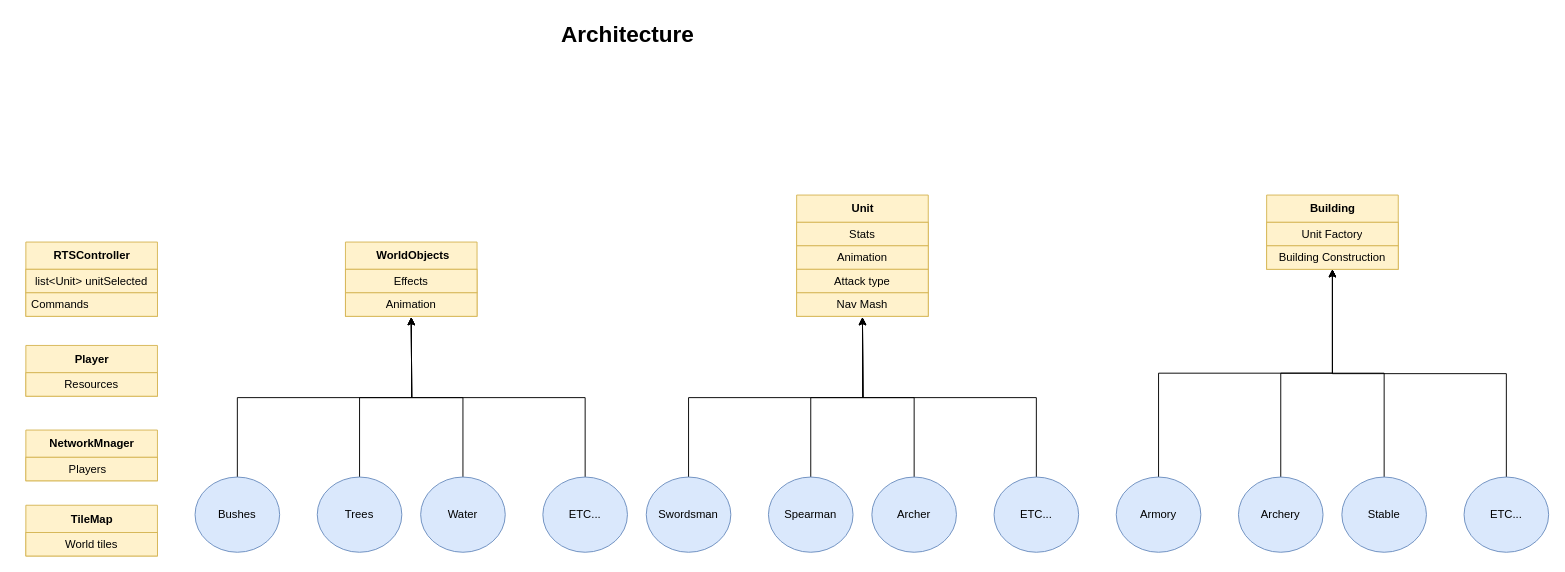
Before: דוחות/דיאגרמות/Architecture Diagram.drawio in eliacharfe/Assemble-Z-Army, a draw.io diagram. Source tidied: cells renumbered, new cells numbered last; positions are measured from the earlier drawing's top-left corner, leaving out a move shared by most shapes. Both pictures are drawn from the tidied source at 94%, with x=0, y=0 at pixel (25, 16).
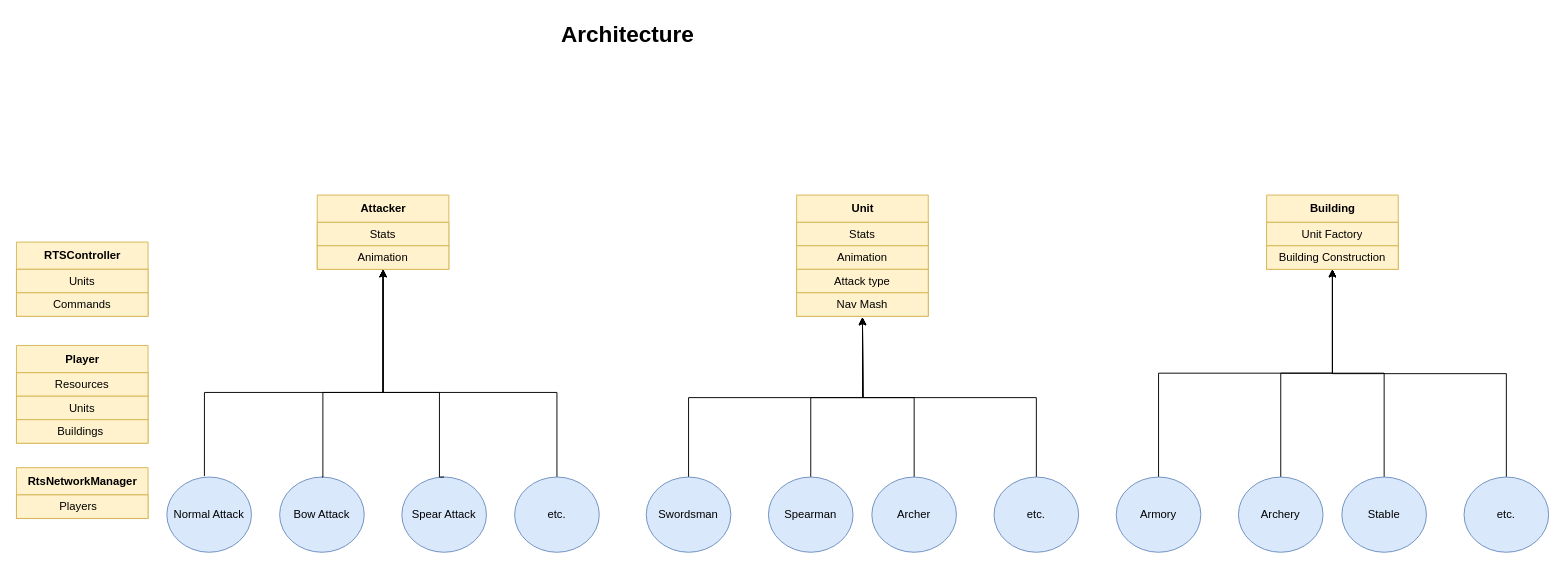
The same page after the edit.

Diff of the diagram source:
```diff
@@
-    <mxCell id="9" value="ETC..." style="ellipse;whiteSpace=wrap;html=1;fillColor=#dae8fc;strokeColor=#6c8ebf;" parent="1" vertex="1">
+    <mxCell id="9" value="etc." style="ellipse;whiteSpace=wrap;html=1;fillColor=#dae8fc;strokeColor=#6c8ebf;" parent="1" vertex="1">
       <mxGeometry x="1030" y="490" width="90" height="80" as="geometry" />
     </mxCell>
@@
-    <mxCell id="17" value="ETC..." style="ellipse;whiteSpace=wrap;html=1;fillColor=#dae8fc;strokeColor=#6c8ebf;" parent="1" vertex="1">
+    <mxCell id="17" value="etc." style="ellipse;whiteSpace=wrap;html=1;fillColor=#dae8fc;strokeColor=#6c8ebf;" parent="1" vertex="1">
       <mxGeometry x="1530" y="490" width="90" height="80" as="geometry" />
     </mxCell>
@@
     <mxCell id="27" value="RTSController" style="swimlane;fontStyle=1;align=center;verticalAlign=middle;horizontal=1;startSize=29;html=1;fillColor=#fff2cc;strokeColor=#d6b656;" parent="1" vertex="1">
-      <mxGeometry y="240" width="140" height="79" as="geometry" />
+      <mxGeometry x="-10" y="240" width="140" height="79" as="geometry" />
     </mxCell>
-    <mxCell id="28" value="list&amp;lt;Unit&amp;gt; unitSelected" style="text;html=1;strokeColor=#d6b656;fillColor=#fff2cc;align=center;verticalAlign=middle;spacingLeft=4;spacingRight=4;overflow=hidden;" parent="27" vertex="1">
+    <mxCell id="28" value="Units" style="text;html=1;strokeColor=#d6b656;fillColor=#fff2cc;align=center;verticalAlign=middle;spacingLeft=4;spacingRight=4;overflow=hidden;" parent="27" vertex="1">
       <mxGeometry y="29" width="140" height="25" as="geometry" />
     </mxCell>
-    <mxCell id="29" value="Commands" style="text;html=1;strokeColor=#d6b656;fillColor=#fff2cc;align=left;verticalAlign=middle;spacingLeft=4;spacingRight=4;overflow=hidden;" parent="27" vertex="1">
+    <mxCell id="29" value="Commands" style="text;html=1;strokeColor=#d6b656;fillColor=#fff2cc;align=center;verticalAlign=middle;spacingLeft=4;spacingRight=4;overflow=hidden;" parent="27" vertex="1">
       <mxGeometry y="54" width="140" height="25" as="geometry" />
     </mxCell>
     <mxCell id="30" value="Player" style="swimlane;fontStyle=1;align=center;verticalAlign=middle;horizontal=1;startSize=29;html=1;fillColor=#fff2cc;strokeColor=#d6b656;" parent="1" vertex="1">
-      <mxGeometry y="350" width="140" height="54" as="geometry" />
+      <mxGeometry x="-10" y="350" width="140" height="104" as="geometry" />
     </mxCell>
@@
-    <mxCell id="32" style="edgeStyle=orthogonalEdgeStyle;rounded=0;jettySize=auto;html=1;exitX=0.5;exitY=0;exitDx=0;exitDy=0;" parent="1" edge="1" source="33">
-      <mxGeometry relative="1" as="geometry">
-        <mxPoint x="410" y="320" as="targetPoint" />
-      </mxGeometry>
-    </mxCell>
-    <mxCell id="33" value="Water" style="ellipse;whiteSpace=wrap;html=1;fillColor=#dae8fc;strokeColor=#6c8ebf;" parent="1" vertex="1">
-      <mxGeometry x="420" y="490" width="90" height="80" as="geometry" />
-    </mxCell>
-    <mxCell id="34" style="edgeStyle=orthogonalEdgeStyle;rounded=0;jettySize=auto;html=1;exitX=0.5;exitY=0;exitDx=0;exitDy=0;entryX=0.5;entryY=1;entryDx=0;entryDy=0;" parent="1" edge="1" source="35">
-      <mxGeometry relative="1" as="geometry">
-        <mxPoint x="410" y="320" as="targetPoint" />
-      </mxGeometry>
-    </mxCell>
-    <mxCell id="35" value="Bushes" style="ellipse;whiteSpace=wrap;html=1;fillColor=#dae8fc;strokeColor=#6c8ebf;" parent="1" vertex="1">
-      <mxGeometry x="180" y="490" width="90" height="80" as="geometry" />
-    </mxCell>
-    <mxCell id="36" style="edgeStyle=orthogonalEdgeStyle;rounded=0;jettySize=auto;html=1;exitX=0.5;exitY=0;exitDx=0;exitDy=0;" parent="1" edge="1" source="37">
-      <mxGeometry relative="1" as="geometry">
-        <mxPoint x="410" y="320" as="targetPoint" />
-      </mxGeometry>
-    </mxCell>
-    <mxCell id="37" value="Trees" style="ellipse;whiteSpace=wrap;html=1;fillColor=#dae8fc;strokeColor=#6c8ebf;" parent="1" vertex="1">
-      <mxGeometry x="310" y="490" width="90" height="80" as="geometry" />
-    </mxCell>
-    <mxCell id="38" style="edgeStyle=orthogonalEdgeStyle;rounded=0;jettySize=auto;html=1;exitX=0.5;exitY=0;exitDx=0;exitDy=0;" parent="1" edge="1" source="39">
-      <mxGeometry relative="1" as="geometry">
-        <mxPoint x="410" y="320" as="targetPoint" />
-      </mxGeometry>
-    </mxCell>
-    <mxCell id="39" value="ETC..." style="ellipse;whiteSpace=wrap;html=1;fillColor=#dae8fc;strokeColor=#6c8ebf;" parent="1" vertex="1">
-      <mxGeometry x="550" y="490" width="90" height="80" as="geometry" />
-    </mxCell>
-    <mxCell id="40" value="&amp;nbsp;WorldObjects" style="swimlane;fontStyle=1;align=center;verticalAlign=middle;horizontal=1;startSize=29;html=1;fillColor=#fff2cc;strokeColor=#d6b656;" parent="1" vertex="1">
-      <mxGeometry x="340" y="240" width="140" height="79" as="geometry" />
-    </mxCell>
-    <mxCell id="41" value="Effects" style="text;html=1;strokeColor=#d6b656;fillColor=#fff2cc;align=center;verticalAlign=middle;spacingLeft=4;spacingRight=4;overflow=hidden;" parent="40" vertex="1">
-      <mxGeometry y="29" width="140" height="25" as="geometry" />
-    </mxCell>
-    <mxCell id="42" value="Animation" style="text;html=1;strokeColor=#d6b656;fillColor=#fff2cc;align=center;verticalAlign=middle;spacingLeft=4;spacingRight=4;overflow=hidden;" parent="40" vertex="1">
-      <mxGeometry y="54" width="140" height="25" as="geometry" />
-    </mxCell>
+    <mxCell id="47" value="Units" style="text;html=1;strokeColor=#d6b656;fillColor=#fff2cc;align=center;verticalAlign=middle;spacingLeft=4;spacingRight=4;overflow=hidden;" parent="30" vertex="1">
+      <mxGeometry y="54" width="140" height="25" as="geometry" />
+    </mxCell>
+    <mxCell id="48" value="Buildings&amp;nbsp;" style="text;html=1;strokeColor=#d6b656;fillColor=#fff2cc;align=center;verticalAlign=middle;spacingLeft=4;spacingRight=4;overflow=hidden;" parent="30" vertex="1">
+      <mxGeometry y="79" width="140" height="25" as="geometry" />
+    </mxCell>
-    <mxCell id="43" value="NetworkMnager" style="swimlane;fontStyle=1;align=center;verticalAlign=middle;horizontal=1;startSize=29;html=1;fillColor=#fff2cc;strokeColor=#d6b656;" parent="1" vertex="1">
-      <mxGeometry y="440" width="140" height="54" as="geometry" />
+    <mxCell id="43" value="RtsNetworkManager" style="swimlane;fontStyle=1;align=center;verticalAlign=middle;horizontal=1;startSize=29;html=1;fillColor=#fff2cc;strokeColor=#d6b656;" parent="1" vertex="1">
+      <mxGeometry x="-10" y="480" width="140" height="54" as="geometry" />
     </mxCell>
@@
-    <mxCell id="45" value="TileMap" style="swimlane;fontStyle=1;align=center;verticalAlign=middle;horizontal=1;startSize=29;html=1;fillColor=#fff2cc;strokeColor=#d6b656;" parent="1" vertex="1">
-      <mxGeometry y="520" width="140" height="54" as="geometry" />
-    </mxCell>
-    <mxCell id="46" value="World tiles" style="text;html=1;strokeColor=#d6b656;fillColor=#fff2cc;align=center;verticalAlign=middle;spacingLeft=4;spacingRight=4;overflow=hidden;" parent="45" vertex="1">
-      <mxGeometry y="29" width="140" height="25" as="geometry" />
-    </mxCell>
+    <mxCell id="49" value="Attacker" style="swimlane;fontStyle=1;align=center;verticalAlign=middle;horizontal=1;startSize=29;html=1;fillColor=#fff2cc;strokeColor=#d6b656;" parent="1" vertex="1">
+      <mxGeometry x="310" y="190" width="140" height="79" as="geometry" />
+    </mxCell>
+    <mxCell id="50" value="Stats" style="text;html=1;strokeColor=#d6b656;fillColor=#fff2cc;align=center;verticalAlign=middle;spacingLeft=4;spacingRight=4;overflow=hidden;" parent="49" vertex="1">
+      <mxGeometry y="29" width="140" height="25" as="geometry" />
+    </mxCell>
+    <mxCell id="42" value="Animation" style="text;html=1;strokeColor=#d6b656;fillColor=#fff2cc;align=center;verticalAlign=middle;spacingLeft=4;spacingRight=4;overflow=hidden;" parent="49" vertex="1">
+      <mxGeometry y="54" width="140" height="25" as="geometry" />
+    </mxCell>
+    <mxCell id="51" style="edgeStyle=orthogonalEdgeStyle;rounded=0;jettySize=auto;html=1;entryX=0.5;entryY=1;entryDx=0;entryDy=0;" parent="1" edge="1" source="52" target="49">
+      <mxGeometry relative="1" as="geometry">
+        <Array as="points">
+          <mxPoint x="565" y="400" />
+          <mxPoint x="380" y="400" />
+        </Array>
+      </mxGeometry>
+    </mxCell>
+    <mxCell id="52" value="etc." style="ellipse;whiteSpace=wrap;html=1;fillColor=#dae8fc;strokeColor=#6c8ebf;" parent="1" vertex="1">
+      <mxGeometry x="520" y="490" width="90" height="80" as="geometry" />
+    </mxCell>
+    <mxCell id="53" value="Normal Attack" style="ellipse;whiteSpace=wrap;html=1;fillColor=#dae8fc;strokeColor=#6c8ebf;" parent="1" vertex="1">
+      <mxGeometry x="150" y="490" width="90" height="80" as="geometry" />
+    </mxCell>
+    <mxCell id="54" value="Bow Attack" style="ellipse;whiteSpace=wrap;html=1;fillColor=#dae8fc;strokeColor=#6c8ebf;" parent="1" vertex="1">
+      <mxGeometry x="270" y="490" width="90" height="80" as="geometry" />
+    </mxCell>
+    <mxCell id="55" value="Spear Attack" style="ellipse;whiteSpace=wrap;html=1;fillColor=#dae8fc;strokeColor=#6c8ebf;" parent="1" vertex="1">
+      <mxGeometry x="400" y="490" width="90" height="80" as="geometry" />
+    </mxCell>
+    <mxCell id="56" style="edgeStyle=orthogonalEdgeStyle;rounded=0;jettySize=auto;html=1;entryX=0.5;entryY=1;entryDx=0;entryDy=0;exitX=0.444;exitY=-0.012;exitDx=0;exitDy=0;exitPerimeter=0;" parent="1" edge="1" source="53" target="49">
+      <mxGeometry relative="1" as="geometry">
+        <Array as="points">
+          <mxPoint x="190" y="400" />
+          <mxPoint x="380" y="400" />
+        </Array>
+      </mxGeometry>
+    </mxCell>
+    <mxCell id="57" style="edgeStyle=orthogonalEdgeStyle;rounded=0;jettySize=auto;html=1;exitX=0.5;exitY=0;exitDx=0;exitDy=0;entryX=0.5;entryY=1;entryDx=0;entryDy=0;" parent="1" edge="1" source="55" target="49">
+      <mxGeometry relative="1" as="geometry">
+        <Array as="points">
+          <mxPoint x="440" y="490" />
+          <mxPoint x="440" y="400" />
+          <mxPoint x="380" y="400" />
+        </Array>
+      </mxGeometry>
+    </mxCell>
+    <mxCell id="58" style="edgeStyle=orthogonalEdgeStyle;rounded=0;jettySize=auto;html=1;entryX=0.5;entryY=1;entryDx=0;entryDy=0;exitX=0.5;exitY=0;exitDx=0;exitDy=0;" parent="1" edge="1" source="54" target="49">
+      <mxGeometry relative="1" as="geometry">
+        <Array as="points">
+          <mxPoint x="316" y="490" />
+          <mxPoint x="316" y="400" />
+          <mxPoint x="380" y="400" />
+        </Array>
+      </mxGeometry>
+    </mxCell>
```
